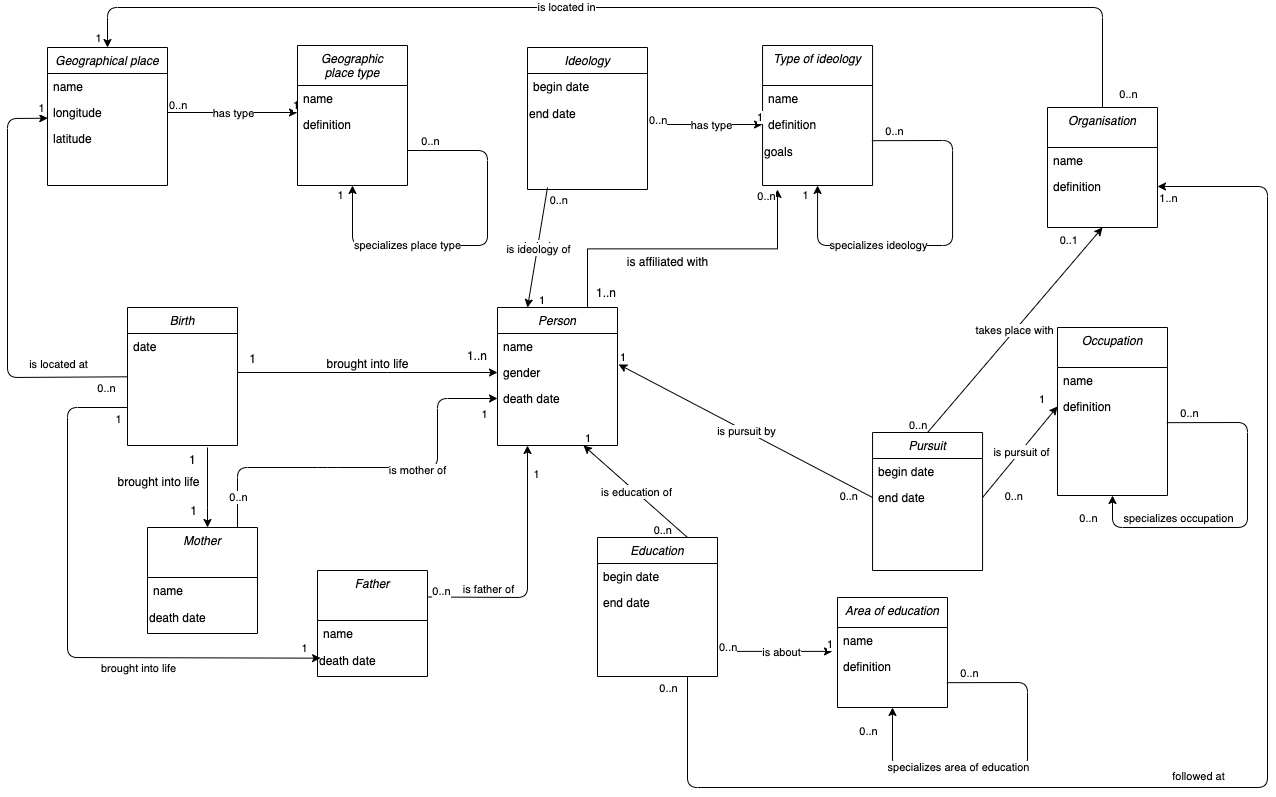
The draw.io diagram MCD.png in nitoram/Sociologists, before a commit. Source tidied: cells renumbered, new cells last; positions are measured from the earlier drawing's top-left corner, leaving out a move shared by most shapes.
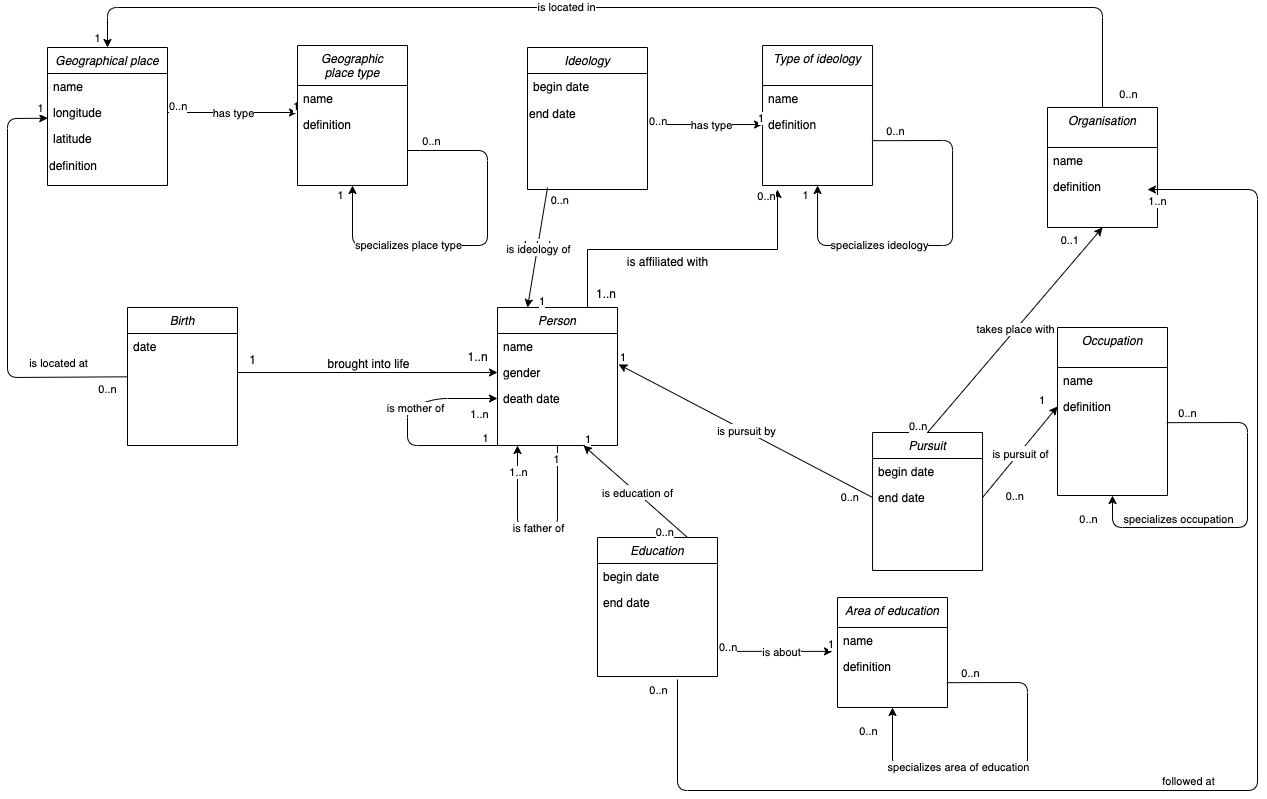
The same file after the commit.

What changed in the source:
```diff
@@ -1,4 +1,4 @@
-<mxGraphModel background="#ffffff">
+<mxGraphModel background="#FFFFFF">
   <root>
     <mxCell id="0" />
     <mxCell id="1" parent="0" />
@@ -39,6 +39,30 @@
     <mxCell id="9" value="death date" style="text;align=left;verticalAlign=top;spacingLeft=4;spacingRight=4;overflow=hidden;points=[[0,0.5],[1,0.5]];portConstraint=eastwest;rounded=0;shadow=0;html=0;" parent="6" vertex="1">
       <mxGeometry y="78" width="120" height="26" as="geometry" />
     </mxCell>
+    <mxCell id="76" style="endArrow=classic;html=1;entryX=0;entryY=0.5;entryDx=0;entryDy=0;exitX=0;exitY=1;exitDx=0;exitDy=0;" parent="6" edge="1" source="6" target="9">
+      <mxGeometry relative="1" as="geometry">
+        <Array as="points">
+          <mxPoint x="-90" y="138" />
+          <mxPoint x="-90" y="100" />
+          <mxPoint x="-60" y="91" />
+        </Array>
+      </mxGeometry>
+    </mxCell>
+    <mxCell id="77" value="1..n" style="edgeLabel;html=1;align=center;verticalAlign=middle;" parent="76" vertex="1">
+      <mxGeometry x="0.89" y="-1" relative="1" as="geometry">
+        <mxPoint x="-7" y="14" as="offset" />
+      </mxGeometry>
+    </mxCell>
+    <mxCell id="78" value="1" style="edgeLabel;html=1;align=center;verticalAlign=middle;" parent="76" vertex="1">
+      <mxGeometry x="-0.88" y="-1" relative="1" as="geometry">
+        <mxPoint x="-1" y="-7" as="offset" />
+      </mxGeometry>
+    </mxCell>
+    <mxCell id="79" value="is mother of" style="edgeLabel;html=1;align=center;verticalAlign=middle;" parent="76" vertex="1">
+      <mxGeometry x="0.23" y="-2" relative="1" as="geometry">
+        <mxPoint x="-1" as="offset" />
+      </mxGeometry>
+    </mxCell>
     <mxCell id="10" value="Birth" style="swimlane;fontStyle=2;align=center;verticalAlign=top;horizontal=1;startSize=26;rounded=0;shadow=0;strokeWidth=1;" parent="1" vertex="1">
       <mxGeometry x="120" y="300" width="110" height="138" as="geometry" />
     </mxCell>
@@ -72,6 +96,9 @@
     <mxCell id="19" value="latitude" style="text;align=left;verticalAlign=top;spacingLeft=4;spacingRight=4;overflow=hidden;rounded=0;shadow=0;html=0;" parent="16" vertex="1">
       <mxGeometry y="78" width="120" height="26" as="geometry" />
     </mxCell>
+    <mxCell id="130" value="definition" style="text;html=1;align=left;verticalAlign=middle;strokeColor=none;fillColor=none;" parent="16" vertex="1">
+      <mxGeometry y="104" width="120" height="30" as="geometry" />
+    </mxCell>
     <mxCell id="20" style="endArrow=classic;html=1;exitX=1;exitY=0.5;exitDx=0;exitDy=0;" parent="1" edge="1">
       <mxGeometry x="0.07" y="-35" relative="1" as="geometry">
         <mxPoint x="160" y="105" as="sourcePoint" />
@@ -111,26 +138,26 @@
         <mxPoint x="4" y="12" as="offset" />
       </mxGeometry>
     </mxCell>
-    <mxCell id="28" style="endArrow=classic;html=1;exitX=1;exitY=0.25;exitDx=0;exitDy=0;entryX=0.25;entryY=1;entryDx=0;entryDy=0;" parent="1" edge="1" source="69" target="6">
+    <mxCell id="28" style="endArrow=classic;html=1;entryX=0.25;entryY=1;entryDx=0;entryDy=0;exitX=0.5;exitY=1;exitDx=0;exitDy=0;" parent="1" edge="1" source="6">
       <mxGeometry relative="1" as="geometry">
+        <mxPoint x="510" y="438" as="targetPoint" />
         <Array as="points">
-          <mxPoint x="520" y="590" />
+          <mxPoint x="550" y="520" />
+          <mxPoint x="510" y="520" />
         </Array>
       </mxGeometry>
     </mxCell>
     <mxCell id="29" value="is father of" style="edgeLabel;html=1;align=center;verticalAlign=middle;" parent="28" vertex="1">
-      <mxGeometry relative="1" as="geometry">
-        <mxPoint x="-40" y="17" as="offset" />
-      </mxGeometry>
+      <mxGeometry relative="1" as="geometry" />
     </mxCell>
-    <mxCell id="30" value="1" style="edgeLabel;html=1;align=center;verticalAlign=middle;" parent="28" vertex="1">
+    <mxCell id="30" value="1..n" style="edgeLabel;html=1;align=center;verticalAlign=middle;" parent="28" vertex="1">
       <mxGeometry x="0.89" y="-1" relative="1" as="geometry">
-        <mxPoint x="7.5" y="14" as="offset" />
+        <mxPoint x="-1" y="14" as="offset" />
       </mxGeometry>
     </mxCell>
-    <mxCell id="31" value="0..n" style="edgeLabel;html=1;align=center;verticalAlign=middle;" parent="28" vertex="1">
+    <mxCell id="31" value="1" style="edgeLabel;html=1;align=center;verticalAlign=middle;" parent="28" vertex="1">
       <mxGeometry x="-0.88" y="-1" relative="1" as="geometry">
-        <mxPoint x="-1" y="-7" as="offset" />
+        <mxPoint x="-1" as="offset" />
       </mxGeometry>
     </mxCell>
     <mxCell id="32" value="Label" style="endArrow=none;html=1;exitX=1.009;exitY=0.188;exitDx=0;exitDy=0;exitPerimeter=0;entryX=0;entryY=0.5;entryDx=0;entryDy=0;endFill=0;startArrow=classic;startFill=1;" parent="1" edge="1" source="8" target="45">
@@ -271,75 +298,6 @@
         <mxPoint x="-25" y="20" as="offset" />
       </mxGeometry>
     </mxCell>
-    <mxCell id="66" value="Mother" style="swimlane;fontStyle=2;align=center;verticalAlign=top;horizontal=1;startSize=50;rounded=0;shadow=0;strokeWidth=1;" parent="1" vertex="1">
-      <mxGeometry x="140" y="520" width="110" height="106" as="geometry" />
-    </mxCell>
-    <mxCell id="67" value="name" style="text;align=left;verticalAlign=top;spacingLeft=4;spacingRight=4;overflow=hidden;" parent="66" vertex="1">
-      <mxGeometry y="50" width="110" height="26" as="geometry" />
-    </mxCell>
-    <mxCell id="68" value="death date" style="text;html=1;align=left;verticalAlign=middle;strokeColor=none;fillColor=none;" parent="66" vertex="1">
-      <mxGeometry y="76" width="110" height="30" as="geometry" />
-    </mxCell>
-    <mxCell id="69" value="Father" style="swimlane;fontStyle=2;align=center;verticalAlign=top;horizontal=1;startSize=50;rounded=0;shadow=0;strokeWidth=1;" parent="1" vertex="1">
-      <mxGeometry x="310" y="563" width="110" height="106" as="geometry" />
-    </mxCell>
-    <mxCell id="70" value="name" style="text;align=left;verticalAlign=top;spacingLeft=4;spacingRight=4;overflow=hidden;" parent="69" vertex="1">
-      <mxGeometry y="50" width="110" height="26" as="geometry" />
-    </mxCell>
-    <mxCell id="71" value="death date" style="text;html=1;align=left;verticalAlign=middle;points=[];strokeColor=none;fillColor=none;" parent="69" vertex="1">
-      <mxGeometry y="76" width="110" height="30" as="geometry" />
-    </mxCell>
-    <mxCell id="72" style="endArrow=classic;shadow=0;strokeWidth=1;rounded=0;endFill=1;edgeStyle=elbowEdgeStyle;elbow=vertical;" parent="1" edge="1">
-      <mxGeometry x="0.5" y="41" relative="1" as="geometry">
-        <mxPoint x="200" y="440" as="sourcePoint" />
-        <mxPoint x="200" y="520" as="targetPoint" />
-        <Array as="points">
-          <mxPoint x="195" y="500" />
-        </Array>
-        <mxPoint x="-40" y="32" as="offset" />
-      </mxGeometry>
-    </mxCell>
-    <mxCell id="73" value="1" style="align=left;verticalAlign=bottom;labelBackgroundColor=none;fontSize=12;" parent="72" vertex="1">
-      <mxGeometry x="-1" relative="1" as="geometry">
-        <mxPoint x="-20" y="20" as="offset" />
-      </mxGeometry>
-    </mxCell>
-    <mxCell id="74" value="1" style="align=right;verticalAlign=bottom;labelBackgroundColor=none;fontSize=12;" parent="72" vertex="1">
-      <mxGeometry x="1" relative="1" as="geometry">
-        <mxPoint x="-9.9" y="-8.9" as="offset" />
-      </mxGeometry>
-    </mxCell>
-    <mxCell id="75" value="brought into life" style="text;html=1;align=center;verticalAlign=middle;labelBackgroundColor=none;rounded=0;shadow=0;strokeWidth=1;fontSize=12;" parent="72" vertex="1">
-      <mxGeometry x="0.5" y="49" relative="1" as="geometry">
-        <mxPoint x="-99" y="-26" as="offset" />
-      </mxGeometry>
-    </mxCell>
-    <mxCell id="76" style="endArrow=classic;html=1;entryX=0;entryY=0.5;entryDx=0;entryDy=0;" parent="1" edge="1" target="9">
-      <mxGeometry relative="1" as="geometry">
-        <mxPoint x="230" y="520" as="sourcePoint" />
-        <Array as="points">
-          <mxPoint x="230" y="460" />
-          <mxPoint x="320" y="460" />
-          <mxPoint x="430" y="460" />
-          <mxPoint x="430" y="391" />
-        </Array>
-      </mxGeometry>
-    </mxCell>
-    <mxCell id="77" value="1" style="edgeLabel;html=1;align=center;verticalAlign=middle;" parent="76" vertex="1">
-      <mxGeometry x="0.89" y="-1" relative="1" as="geometry">
-        <mxPoint x="7.5" y="14" as="offset" />
-      </mxGeometry>
-    </mxCell>
-    <mxCell id="78" value="0..n" style="edgeLabel;html=1;align=center;verticalAlign=middle;" parent="76" vertex="1">
-      <mxGeometry x="-0.88" y="-1" relative="1" as="geometry">
-        <mxPoint x="-1" y="-7" as="offset" />
-      </mxGeometry>
-    </mxCell>
-    <mxCell id="79" value="is mother of" style="edgeLabel;html=1;align=center;verticalAlign=middle;" parent="76" vertex="1">
-      <mxGeometry x="0.23" y="-2" relative="1" as="geometry">
-        <mxPoint x="-1" as="offset" />
-      </mxGeometry>
-    </mxCell>
     <mxCell id="80" value="Type of ideology" style="swimlane;fontStyle=2;align=center;verticalAlign=top;horizontal=1;startSize=40;rounded=0;shadow=0;strokeWidth=1;" parent="1" vertex="1">
       <mxGeometry x="755.1" y="38" width="110" height="140" as="geometry" />
     </mxCell>
@@ -373,9 +331,6 @@
     <mxCell id="86" value="definition" style="text;align=left;verticalAlign=top;spacingLeft=4;spacingRight=4;overflow=hidden;points=[[0,0.5],[1,0.5]];portConstraint=eastwest;rounded=0;shadow=0;html=0;" parent="80" vertex="1">
       <mxGeometry y="66" width="110" height="26" as="geometry" />
     </mxCell>
-    <mxCell id="87" value="goals" style="text;html=1;align=left;verticalAlign=middle;strokeColor=none;fillColor=none;" parent="80" vertex="1">
-      <mxGeometry y="92" width="110" height="30" as="geometry" />
-    </mxCell>
     <mxCell id="88" style="endArrow=classic;html=1;entryX=0;entryY=0.5;entryDx=0;entryDy=0;" parent="1" edge="1" target="86">
       <mxGeometry x="0.07" y="-35" relative="1" as="geometry">
         <mxPoint x="650" y="117" as="sourcePoint" />
@@ -454,12 +409,14 @@
     <mxCell id="105" value="definition" style="text;align=left;verticalAlign=top;spacingLeft=4;spacingRight=4;overflow=hidden;points=[[0,0.5],[1,0.5]];portConstraint=eastwest;rounded=0;shadow=0;html=0;" parent="99" vertex="1">
       <mxGeometry y="56" width="110" height="26" as="geometry" />
     </mxCell>
-    <mxCell id="106" style="endArrow=classic;html=1;entryX=1;entryY=0.5;entryDx=0;entryDy=0;exitX=0.75;exitY=1;exitDx=0;exitDy=0;" parent="1" edge="1" source="96" target="62">
+    <mxCell id="106" style="endArrow=classic;html=1;entryX=1;entryY=0.5;entryDx=0;entryDy=0;exitX=0.75;exitY=1;exitDx=0;exitDy=0;" parent="1" edge="1">
       <mxGeometry relative="1" as="geometry">
+        <mxPoint x="670" y="672" as="sourcePoint" />
+        <mxPoint x="1140" y="182" as="targetPoint" />
         <Array as="points">
-          <mxPoint x="680" y="780" />
-          <mxPoint x="1260" y="780" />
-          <mxPoint x="1260" y="179" />
+          <mxPoint x="670" y="783" />
+          <mxPoint x="1250" y="783" />
+          <mxPoint x="1250" y="182" />
         </Array>
       </mxGeometry>
     </mxCell>
@@ -511,30 +468,6 @@
         <mxPoint x="-15" y="1" as="offset" />
       </mxGeometry>
     </mxCell>
-    <mxCell id="118" style="endArrow=classic;html=1;entryX=0.028;entryY=0.389;entryDx=0;entryDy=0;entryPerimeter=0;" parent="1" edge="1" target="71">
-      <mxGeometry relative="1" as="geometry">
-        <mxPoint x="120" y="400" as="sourcePoint" />
-        <Array as="points">
-          <mxPoint x="60" y="400" />
-          <mxPoint x="60" y="650" />
-        </Array>
-      </mxGeometry>
-    </mxCell>
-    <mxCell id="119" value="brought into life" style="edgeLabel;html=1;align=center;verticalAlign=middle;" parent="118" vertex="1">
-      <mxGeometry relative="1" as="geometry">
-        <mxPoint x="70" y="38" as="offset" />
-      </mxGeometry>
-    </mxCell>
-    <mxCell id="120" value="1" style="edgeLabel;html=1;align=center;verticalAlign=middle;" parent="118" vertex="1">
-      <mxGeometry x="0.89" y="-1" relative="1" as="geometry">
-        <mxPoint x="15.6" y="-11.7" as="offset" />
-      </mxGeometry>
-    </mxCell>
-    <mxCell id="121" value="1" style="edgeLabel;html=1;align=center;verticalAlign=middle;" parent="118" vertex="1">
-      <mxGeometry x="-0.88" y="-1" relative="1" as="geometry">
-        <mxPoint x="23" y="12" as="offset" />
-      </mxGeometry>
-    </mxCell>
     <mxCell id="122" value="Label" style="endArrow=none;html=1;exitX=0.25;exitY=0;exitDx=0;exitDy=0;endFill=0;startArrow=classic;startFill=1;" parent="1" edge="1" source="6">
       <mxGeometry x="0.01" relative="1" as="geometry">
         <mxPoint x="540" y="180" as="targetPoint" />
```
